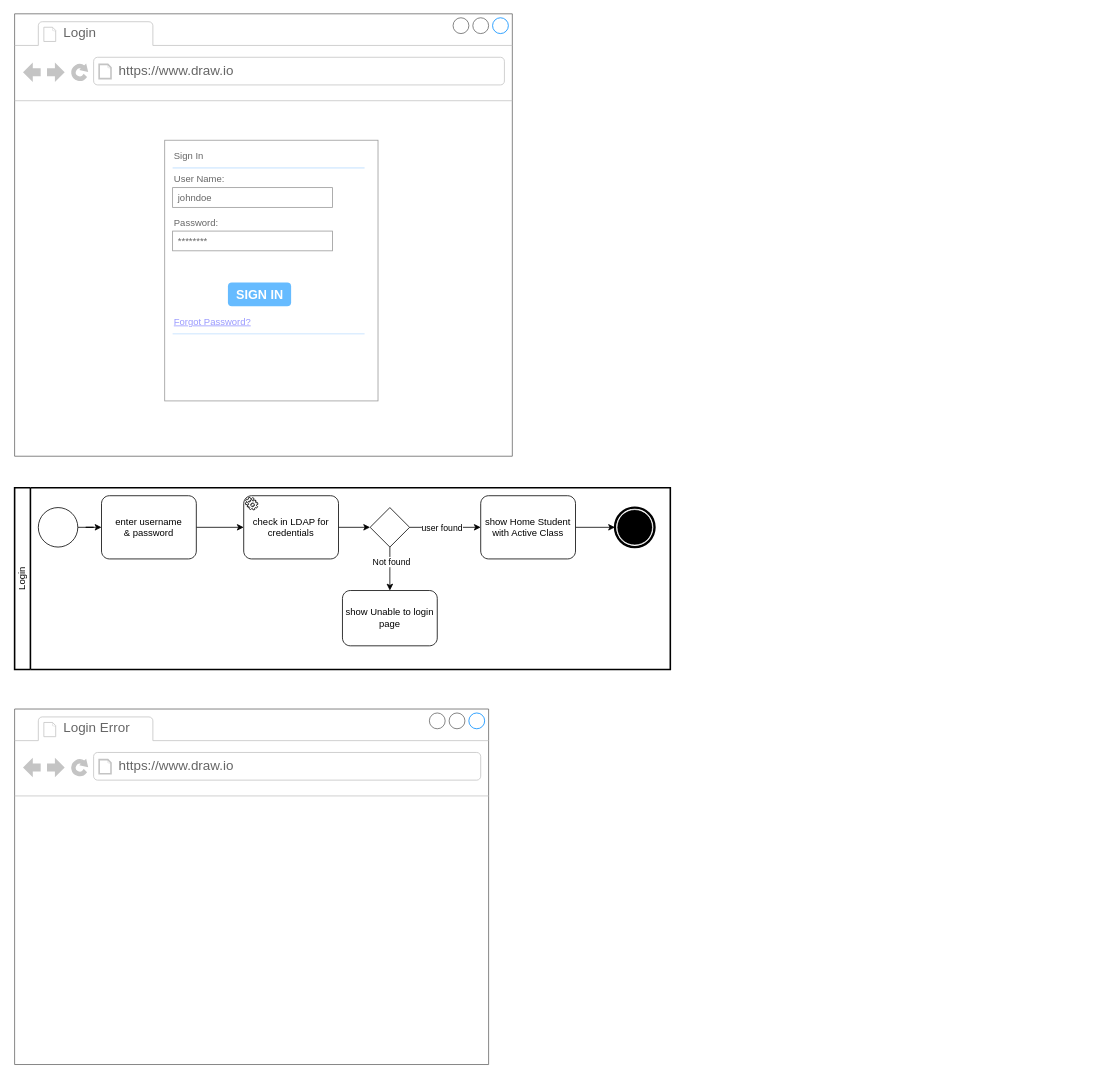
This is page "Wire frames" (5 of 10) of project-diagrams.drawio from aleon1220/multi-cloud-WebApp-Attendance, a draw.io file, before an edit. Source tidied: cells renumbered, new cells numbered last; positions are measured from the earlier drawing's top-left corner, leaving out a move shared by most shapes. Both pictures are drawn from the tidied source at 79%, with x=0, y=0 at pixel (14, 13).
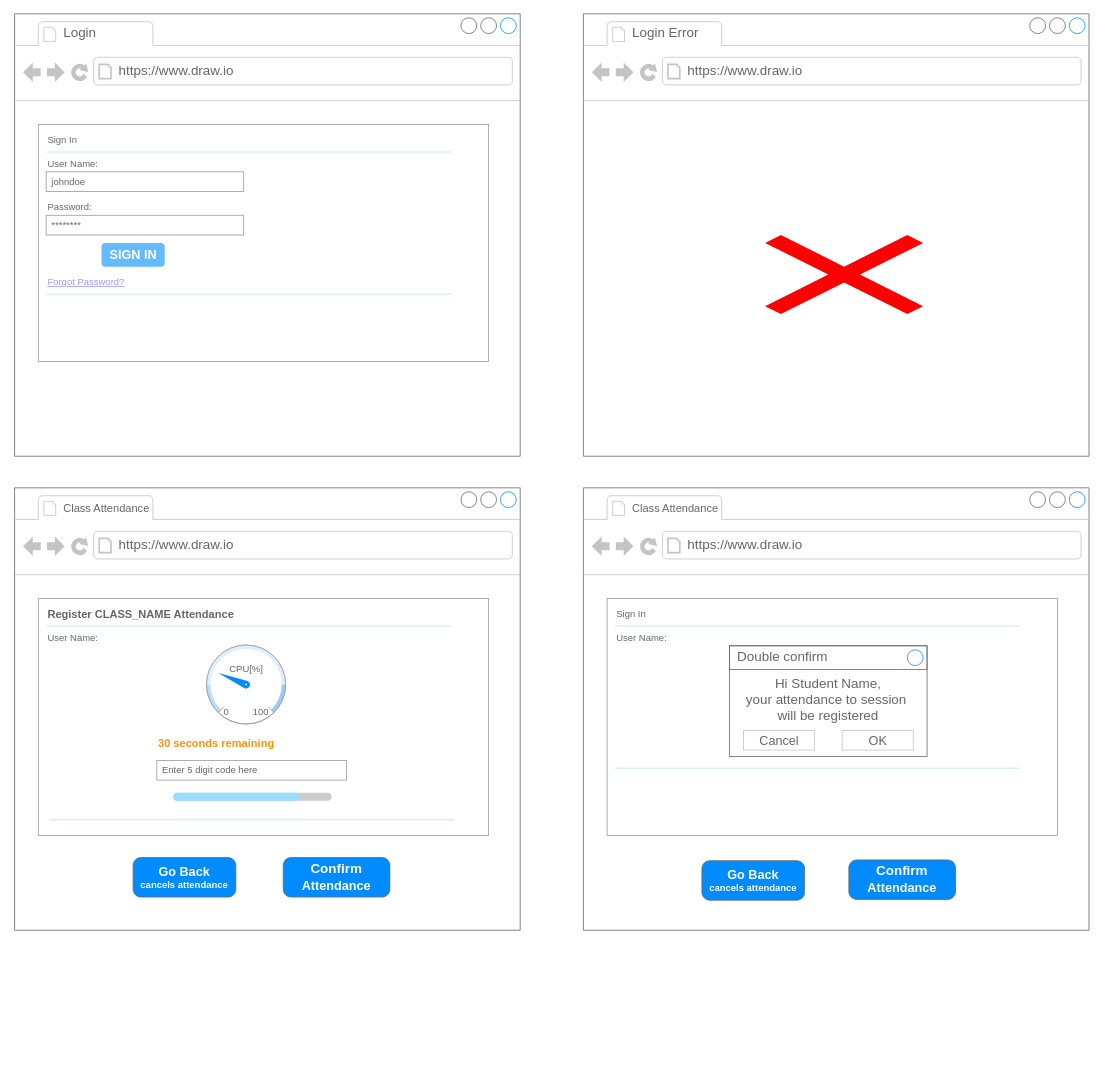
After the change.

The edit, as a diff of the source:
```diff
@@
     <mxCell id="2" style="strokeWidth=1;shadow=0;dashed=0;align=center;html=1;shape=mxgraph.mockup.containers.browserWindow;rSize=0;strokeColor=#666666;strokeColor2=#008cff;strokeColor3=#c4c4c4;mainText=,;" parent="1" vertex="1">
-      <mxGeometry width="630" height="560" as="geometry" />
+      <mxGeometry width="640" height="560" as="geometry" />
     </mxCell>
@@
     <mxCell id="5" style="strokeWidth=1;shadow=0;dashed=0;align=center;html=1;shape=mxgraph.mockup.forms.rrect;rSize=0;strokeColor=#999999;fillColor=#ffffff;" parent="2" vertex="1">
-      <mxGeometry x="190" y="160" width="270" height="330" as="geometry" />
+      <mxGeometry x="30" y="140" width="570" height="300" as="geometry" />
     </mxCell>
     <mxCell id="6" value="Sign In" style="strokeWidth=1;shadow=0;dashed=0;align=center;html=1;shape=mxgraph.mockup.forms.anchor;fontSize=12;fontColor=#666666;align=left;spacingLeft=0;" parent="5" vertex="1">
-      <mxGeometry width="135" height="20" relative="1" as="geometry">
+      <mxGeometry width="285" height="20" relative="1" as="geometry">
         <mxPoint x="10" y="10" as="offset" />
       </mxGeometry>
     </mxCell>
     <mxCell id="7" style="shape=line;strokeColor=#ddeeff;strokeWidth=2;html=1;" parent="5" vertex="1">
-      <mxGeometry width="243" height="10" relative="1" as="geometry">
+      <mxGeometry width="513" height="10" relative="1" as="geometry">
         <mxPoint x="10" y="30" as="offset" />
       </mxGeometry>
     </mxCell>
     <mxCell id="8" value="User Name:" style="strokeWidth=1;shadow=0;dashed=0;align=center;html=1;shape=mxgraph.mockup.forms.anchor;fontSize=12;fontColor=#666666;align=left;spacingLeft=0;" parent="5" vertex="1">
-      <mxGeometry width="135" height="20" relative="1" as="geometry">
+      <mxGeometry width="285" height="20" relative="1" as="geometry">
         <mxPoint x="10" y="40" as="offset" />
       </mxGeometry>
     </mxCell>
     <mxCell id="9" value="johndoe" style="strokeWidth=1;shadow=0;dashed=0;align=center;html=1;shape=mxgraph.mockup.forms.rrect;rSize=0;strokeColor=#999999;fontColor=#666666;align=left;spacingLeft=5;" parent="5" vertex="1">
-      <mxGeometry width="202.5" height="25" relative="1" as="geometry">
+      <mxGeometry width="250" height="25" relative="1" as="geometry">
         <mxPoint x="10" y="60" as="offset" />
       </mxGeometry>
     </mxCell>
     <mxCell id="10" value="Password:" style="strokeWidth=1;shadow=0;dashed=0;align=center;html=1;shape=mxgraph.mockup.forms.anchor;fontSize=12;fontColor=#666666;align=left;spacingLeft=0;" parent="5" vertex="1">
-      <mxGeometry width="135" height="20" relative="1" as="geometry">
+      <mxGeometry width="285" height="20" relative="1" as="geometry">
         <mxPoint x="10" y="95" as="offset" />
       </mxGeometry>
     </mxCell>
     <mxCell id="11" value="********" style="strokeWidth=1;shadow=0;dashed=0;align=center;html=1;shape=mxgraph.mockup.forms.rrect;rSize=0;strokeColor=#999999;fontColor=#666666;align=left;spacingLeft=5;" parent="5" vertex="1">
-      <mxGeometry width="202.5" height="25" relative="1" as="geometry">
+      <mxGeometry width="250" height="25" relative="1" as="geometry">
         <mxPoint x="10" y="115" as="offset" />
       </mxGeometry>
     </mxCell>
@@
     <mxCell id="13" value="Forgot Password?" style="strokeWidth=1;shadow=0;dashed=0;align=center;html=1;shape=mxgraph.mockup.forms.anchor;fontSize=12;fontColor=#9999ff;align=left;spacingLeft=0;fontStyle=4;" parent="5" vertex="1">
-      <mxGeometry y="1" width="202.5" height="20" relative="1" as="geometry">
+      <mxGeometry y="1" width="427.5" height="20" relative="1" as="geometry">
         <mxPoint x="10" y="-110" as="offset" />
       </mxGeometry>
     </mxCell>
     <mxCell id="14" style="shape=line;strokeColor=#ddeeff;strokeWidth=2;html=1;" parent="5" vertex="1">
-      <mxGeometry y="1" width="243" height="10" relative="1" as="geometry">
+      <mxGeometry y="1" width="513" height="10" relative="1" as="geometry">
         <mxPoint x="10" y="-90" as="offset" />
       </mxGeometry>
     </mxCell>
-    <mxCell id="15" value="Login" style="swimlane;html=1;startSize=20;fontStyle=0;horizontal=0;swimlaneLine=1;swimlaneFillColor=#ffffff;strokeWidth=2;whiteSpace=wrap;" parent="1" vertex="1">
-      <mxGeometry y="600" width="830" height="230" as="geometry" />
-    </mxCell>
-    <mxCell id="16" style="edgeStyle=orthogonalEdgeStyle;rounded=0;jettySize=auto;html=1;" parent="15" edge="1" source="17" target="22">
-      <mxGeometry relative="1" as="geometry" />
-    </mxCell>
-    <mxCell id="17" style="points=[[0.145,0.145,0],[0.5,0,0],[0.855,0.145,0],[1,0.5,0],[0.855,0.855,0],[0.5,1,0],[0.145,0.855,0],[0,0.5,0]];shape=mxgraph.bpmn.event;html=1;verticalLabelPosition=bottom;labelBackgroundColor=#ffffff;verticalAlign=top;align=center;perimeter=ellipsePerimeter;outlineConnect=0;outline=standard;symbol=general;" parent="15" vertex="1">
-      <mxGeometry x="30" y="25" width="50" height="50" as="geometry" />
-    </mxCell>
-    <mxCell id="18" style="points=[[0.145,0.145,0],[0.5,0,0],[0.855,0.145,0],[1,0.5,0],[0.855,0.855,0],[0.5,1,0],[0.145,0.855,0],[0,0.5,0]];shape=mxgraph.bpmn.event;html=1;verticalLabelPosition=bottom;labelBackgroundColor=#ffffff;verticalAlign=top;align=center;perimeter=ellipsePerimeter;outlineConnect=0;outline=end;symbol=terminate;" parent="15" vertex="1">
-      <mxGeometry x="760" y="25" width="50" height="50" as="geometry" />
-    </mxCell>
-    <mxCell id="19" style="edgeStyle=orthogonalEdgeStyle;rounded=0;jettySize=auto;html=1;entryX=0;entryY=0.5;entryDx=0;entryDy=0;entryPerimeter=0;" parent="15" edge="1" source="20" target="27">
-      <mxGeometry relative="1" as="geometry" />
-    </mxCell>
-    <mxCell id="20" value="check in LDAP for credentials" style="points=[[0.25,0,0],[0.5,0,0],[0.75,0,0],[1,0.25,0],[1,0.5,0],[1,0.75,0],[0.75,1,0],[0.5,1,0],[0.25,1,0],[0,0.75,0],[0,0.5,0],[0,0.25,0]];shape=mxgraph.bpmn.task;whiteSpace=wrap;rectStyle=rounded;size=10;html=1;taskMarker=service;" parent="15" vertex="1">
-      <mxGeometry x="290" y="10" width="120" height="80" as="geometry" />
-    </mxCell>
-    <mxCell id="21" style="edgeStyle=orthogonalEdgeStyle;rounded=0;jettySize=auto;html=1;" parent="15" edge="1" source="22" target="20">
-      <mxGeometry relative="1" as="geometry" />
-    </mxCell>
-    <mxCell id="22" value="enter username&lt;br&gt;&amp;amp; password" style="points=[[0.25,0,0],[0.5,0,0],[0.75,0,0],[1,0.25,0],[1,0.5,0],[1,0.75,0],[0.75,1,0],[0.5,1,0],[0.25,1,0],[0,0.75,0],[0,0.5,0],[0,0.25,0]];shape=mxgraph.bpmn.task;whiteSpace=wrap;rectStyle=rounded;size=10;html=1;taskMarker=abstract;" parent="15" vertex="1">
-      <mxGeometry x="110" y="10" width="120" height="80" as="geometry" />
-    </mxCell>
-    <mxCell id="23" style="edgeStyle=orthogonalEdgeStyle;rounded=0;jettySize=auto;html=1;exitX=1;exitY=0.5;exitDx=0;exitDy=0;exitPerimeter=0;entryX=0;entryY=0.5;entryDx=0;entryDy=0;entryPerimeter=0;" parent="15" edge="1" source="27" target="29">
-      <mxGeometry relative="1" as="geometry" />
-    </mxCell>
-    <mxCell id="24" value="user found" style="edgeLabel;html=1;align=center;verticalAlign=middle;" parent="23" vertex="1">
-      <mxGeometry x="0.04" relative="1" as="geometry">
-        <mxPoint x="-7" as="offset" />
-      </mxGeometry>
-    </mxCell>
-    <mxCell id="25" style="edgeStyle=orthogonalEdgeStyle;rounded=0;jettySize=auto;html=1;" parent="15" edge="1" source="27">
-      <mxGeometry relative="1" as="geometry">
-        <mxPoint x="475" y="130" as="targetPoint" />
-      </mxGeometry>
-    </mxCell>
-    <mxCell id="26" value="Not found" style="edgeLabel;html=1;align=center;verticalAlign=middle;" parent="25" vertex="1">
-      <mxGeometry x="-0.35" y="1" relative="1" as="geometry" />
-    </mxCell>
-    <mxCell id="27" style="points=[[0.25,0.25,0],[0.5,0,0],[0.75,0.25,0],[1,0.5,0],[0.75,0.75,0],[0.5,1,0],[0.25,0.75,0],[0,0.5,0]];shape=mxgraph.bpmn.gateway2;html=1;verticalLabelPosition=bottom;labelBackgroundColor=#ffffff;verticalAlign=top;align=center;perimeter=rhombusPerimeter;outlineConnect=0;outline=none;symbol=none;" parent="15" vertex="1">
-      <mxGeometry x="450" y="25" width="50" height="50" as="geometry" />
-    </mxCell>
-    <mxCell id="28" style="edgeStyle=orthogonalEdgeStyle;rounded=0;jettySize=auto;html=1;entryX=0;entryY=0.5;entryDx=0;entryDy=0;entryPerimeter=0;" parent="15" edge="1" source="29" target="18">
-      <mxGeometry relative="1" as="geometry" />
-    </mxCell>
-    <mxCell id="29" value="show Home Student&lt;br&gt;with Active Class" style="points=[[0.25,0,0],[0.5,0,0],[0.75,0,0],[1,0.25,0],[1,0.5,0],[1,0.75,0],[0.75,1,0],[0.5,1,0],[0.25,1,0],[0,0.75,0],[0,0.5,0],[0,0.25,0]];shape=mxgraph.bpmn.task;whiteSpace=wrap;rectStyle=rounded;size=10;html=1;taskMarker=abstract;" parent="15" vertex="1">
-      <mxGeometry x="590" y="10" width="120" height="80" as="geometry" />
-    </mxCell>
-    <mxCell id="30" value="show Unable to login&lt;br&gt;page" style="shape=mxgraph.bpmn.task;whiteSpace=wrap;rectStyle=rounded;size=10;html=1;taskMarker=abstract;" parent="15" vertex="1">
-      <mxGeometry x="415" y="130" width="120" height="70" as="geometry" />
-    </mxCell>
     <mxCell id="31" style="strokeWidth=1;shadow=0;dashed=0;align=center;html=1;shape=mxgraph.mockup.containers.browserWindow;rSize=0;strokeColor=#666666;strokeColor2=#008cff;strokeColor3=#c4c4c4;mainText=,;" parent="1" vertex="1">
-      <mxGeometry y="880" width="600" height="450" as="geometry" />
+      <mxGeometry x="720" width="640" height="560" as="geometry" />
     </mxCell>
@@
+    <mxCell id="34" style="shape=mxgraph.mockup.markup.redX;fillColor=#ff0000;html=1;shadow=0;whiteSpace=wrap;strokeColor=none;" parent="31" vertex="1">
+      <mxGeometry x="230" y="280" width="200" height="100" as="geometry" />
+    </mxCell>
+    <mxCell id="35" style="strokeWidth=1;shadow=0;dashed=0;align=center;html=1;shape=mxgraph.mockup.containers.browserWindow;rSize=0;strokeColor=#666666;strokeColor2=#008cff;strokeColor3=#c4c4c4;mainText=,;" parent="1" vertex="1">
+      <mxGeometry y="600" width="640" height="560" as="geometry" />
+    </mxCell>
+    <mxCell id="36" value="Class Attendance" style="strokeWidth=1;shadow=0;dashed=0;align=center;html=1;shape=mxgraph.mockup.containers.anchor;fontSize=14;fontColor=#666666;align=left;whiteSpace=wrap;" parent="35" vertex="1">
+      <mxGeometry x="60" y="12" width="140" height="28" as="geometry" />
+    </mxCell>
+    <mxCell id="37" value="https://www.draw.io" style="strokeWidth=1;shadow=0;dashed=0;align=center;html=1;shape=mxgraph.mockup.containers.anchor;rSize=0;fontSize=17;fontColor=#666666;align=left;" parent="35" vertex="1">
+      <mxGeometry x="130" y="60" width="250" height="26" as="geometry" />
+    </mxCell>
+    <mxCell id="38" style="strokeWidth=1;shadow=0;dashed=0;align=center;html=1;shape=mxgraph.mockup.forms.rrect;rSize=0;strokeColor=#999999;fillColor=#ffffff;" parent="35" vertex="1">
+      <mxGeometry x="30" y="140" width="570" height="300" as="geometry" />
+    </mxCell>
+    <mxCell id="39" value="Register CLASS_NAME Attendance" style="strokeWidth=1;shadow=0;dashed=0;align=center;html=1;shape=mxgraph.mockup.forms.anchor;fontSize=14;fontColor=#666666;align=left;spacingLeft=0;fontStyle=1;" parent="38" vertex="1">
+      <mxGeometry width="285" height="20" relative="1" as="geometry">
+        <mxPoint x="10" y="10" as="offset" />
+      </mxGeometry>
+    </mxCell>
+    <mxCell id="40" style="shape=line;strokeColor=#ddeeff;strokeWidth=2;html=1;" parent="38" vertex="1">
+      <mxGeometry width="513" height="10" relative="1" as="geometry">
+        <mxPoint x="10" y="30" as="offset" />
+      </mxGeometry>
+    </mxCell>
+    <mxCell id="41" value="User Name:" style="strokeWidth=1;shadow=0;dashed=0;align=center;html=1;shape=mxgraph.mockup.forms.anchor;fontSize=12;fontColor=#666666;align=left;spacingLeft=0;" parent="38" vertex="1">
+      <mxGeometry width="285" height="20" relative="1" as="geometry">
+        <mxPoint x="10" y="40" as="offset" />
+      </mxGeometry>
+    </mxCell>
+    <mxCell id="42" style="shape=line;strokeColor=#ddeeff;strokeWidth=2;html=1;" parent="38" vertex="1">
+      <mxGeometry y="1" width="513" height="10" relative="1" as="geometry">
+        <mxPoint x="14" y="-25" as="offset" />
+      </mxGeometry>
+    </mxCell>
+    <mxCell id="43" style="verticalLabelPosition=bottom;shadow=0;dashed=0;align=center;html=1;verticalAlign=top;strokeWidth=1;shape=mxgraph.mockup.misc.progressBar;fillColor=#cccccc;strokeColor=none;fillColor2=#99ddff;barPos=80;" parent="38" vertex="1">
+      <mxGeometry x="171" y="241" width="200" height="20" as="geometry" />
+    </mxCell>
+    <mxCell id="44" style="verticalLabelPosition=bottom;shadow=0;dashed=0;align=center;html=1;verticalAlign=top;strokeWidth=1;shape=mxgraph.mockup.graphics.gauge;fillColor=#ffffff;strokeColor=#999999;gaugePos=25;scaleColors=#bbddff,#ddeeff,#99ccff;gaugeLabels=,,;needleColor=#008cff;" parent="38" vertex="1">
+      <mxGeometry x="213" y="59" width="100" height="100" as="geometry" />
+    </mxCell>
+    <mxCell id="45" value="CPU[%]" style="strokeWidth=1;shadow=0;dashed=0;align=center;html=1;shape=mxgraph.mockup.graphics.anchor;fontColor=#666666;" parent="44" vertex="1">
+      <mxGeometry x="25" y="20" width="50" height="20" as="geometry" />
+    </mxCell>
+    <mxCell id="46" value="0" style="strokeWidth=1;shadow=0;dashed=0;align=center;html=1;shape=mxgraph.mockup.graphics.anchor;align=left;fontColor=#666666;" parent="44" vertex="1">
+      <mxGeometry x="20" y="75" width="50" height="20" as="geometry" />
+    </mxCell>
+    <mxCell id="47" value="100" style="strokeWidth=1;shadow=0;dashed=0;align=center;html=1;shape=mxgraph.mockup.graphics.anchor;align=right;fontColor=#666666;" parent="44" vertex="1">
+      <mxGeometry x="30" y="75" width="50" height="20" as="geometry" />
+    </mxCell>
+    <mxCell id="48" value="&lt;font&gt;30 seconds remaining&lt;/font&gt;" style="strokeWidth=1;shadow=0;dashed=0;align=center;html=1;shape=mxgraph.mockup.forms.anchor;fontSize=14;fontColor=#FC930A;align=left;spacingLeft=0;fontStyle=1;" parent="38" vertex="1">
+      <mxGeometry x="150" y="174" width="253" height="20" as="geometry" />
+    </mxCell>
+    <mxCell id="49" value="Enter 5 digit code here" style="strokeWidth=1;shadow=0;dashed=0;align=center;html=1;shape=mxgraph.mockup.forms.rrect;rSize=0;strokeColor=#999999;fontColor=#666666;align=left;spacingLeft=5;" parent="38" vertex="1">
+      <mxGeometry x="150" y="205" width="240" height="25" as="geometry" />
+    </mxCell>
+    <mxCell id="50" value="Confirm&lt;br style=&quot;border-color: var(--border-color); font-size: 16px;&quot;&gt;&lt;span style=&quot;font-size: 16px;&quot;&gt;Attendance&lt;/span&gt;" style="strokeWidth=1;shadow=0;dashed=0;align=center;html=1;shape=mxgraph.mockup.buttons.button;strokeColor=#666666;fontColor=#ffffff;mainText=;buttonStyle=round;fontSize=17;fontStyle=1;fillColor=#008cff;whiteSpace=wrap;" parent="35" vertex="1">
+      <mxGeometry x="340" y="468" width="135" height="50" as="geometry" />
+    </mxCell>
+    <mxCell id="51" style="strokeWidth=1;shadow=0;dashed=0;align=center;html=1;shape=mxgraph.mockup.buttons.multiButton;fillColor=#008cff;strokeColor=#666666;mainText=;subText=;" parent="35" vertex="1">
+      <mxGeometry x="150" y="468" width="130" height="50" as="geometry" />
+    </mxCell>
+    <mxCell id="52" value="Go Back" style="strokeWidth=1;shadow=0;dashed=0;align=center;html=1;shape=mxgraph.mockup.anchor;fontSize=16;fontColor=#ffffff;fontStyle=1;whiteSpace=wrap;" parent="51" vertex="1">
+      <mxGeometry y="8" width="130" height="20" as="geometry" />
+    </mxCell>
+    <mxCell id="53" value="cancels attendance" style="strokeWidth=1;shadow=0;dashed=0;align=center;html=1;shape=mxgraph.mockup.anchor;fontSize=12;fontColor=#ffffff;fontStyle=1;whiteSpace=wrap;" parent="51" vertex="1">
+      <mxGeometry y="30" width="130" height="10" as="geometry" />
+    </mxCell>
+    <mxCell id="54" style="strokeWidth=1;shadow=0;dashed=0;align=center;html=1;shape=mxgraph.mockup.containers.browserWindow;rSize=0;strokeColor=#666666;strokeColor2=#008cff;strokeColor3=#c4c4c4;mainText=,;" parent="1" vertex="1">
+      <mxGeometry x="720" y="600" width="640" height="560" as="geometry" />
+    </mxCell>
+    <mxCell id="55" value="Class Attendance" style="strokeWidth=1;shadow=0;dashed=0;align=center;html=1;shape=mxgraph.mockup.containers.anchor;fontSize=14;fontColor=#666666;align=left;whiteSpace=wrap;" parent="54" vertex="1">
+      <mxGeometry x="60" y="12" width="140" height="28" as="geometry" />
+    </mxCell>
+    <mxCell id="56" value="https://www.draw.io" style="strokeWidth=1;shadow=0;dashed=0;align=center;html=1;shape=mxgraph.mockup.containers.anchor;rSize=0;fontSize=17;fontColor=#666666;align=left;" parent="54" vertex="1">
+      <mxGeometry x="130" y="60" width="250" height="26" as="geometry" />
+    </mxCell>
+    <mxCell id="57" style="strokeWidth=1;shadow=0;dashed=0;align=center;html=1;shape=mxgraph.mockup.forms.rrect;rSize=0;strokeColor=#999999;fillColor=#ffffff;" parent="54" vertex="1">
+      <mxGeometry x="30" y="140" width="570" height="300" as="geometry" />
+    </mxCell>
+    <mxCell id="58" value="Sign In" style="strokeWidth=1;shadow=0;dashed=0;align=center;html=1;shape=mxgraph.mockup.forms.anchor;fontSize=12;fontColor=#666666;align=left;spacingLeft=0;" parent="57" vertex="1">
+      <mxGeometry width="285" height="20" relative="1" as="geometry">
+        <mxPoint x="10" y="10" as="offset" />
+      </mxGeometry>
+    </mxCell>
+    <mxCell id="59" style="shape=line;strokeColor=#ddeeff;strokeWidth=2;html=1;" parent="57" vertex="1">
+      <mxGeometry width="513" height="10" relative="1" as="geometry">
+        <mxPoint x="10" y="30" as="offset" />
+      </mxGeometry>
+    </mxCell>
+    <mxCell id="60" value="User Name:" style="strokeWidth=1;shadow=0;dashed=0;align=center;html=1;shape=mxgraph.mockup.forms.anchor;fontSize=12;fontColor=#666666;align=left;spacingLeft=0;" parent="57" vertex="1">
+      <mxGeometry width="285" height="20" relative="1" as="geometry">
+        <mxPoint x="10" y="40" as="offset" />
+      </mxGeometry>
+    </mxCell>
+    <mxCell id="61" style="shape=line;strokeColor=#ddeeff;strokeWidth=2;html=1;" parent="57" vertex="1">
+      <mxGeometry y="1" width="513" height="10" relative="1" as="geometry">
+        <mxPoint x="10" y="-90" as="offset" />
+      </mxGeometry>
+    </mxCell>
+    <mxCell id="62" value="Hi Student Name,&lt;br&gt;your attendance to session&amp;nbsp;&lt;br&gt;will be registered" style="strokeWidth=1;shadow=0;dashed=0;align=center;html=1;shape=mxgraph.mockup.containers.rrect;rSize=0;strokeColor=#666666;fontColor=#666666;fontSize=17;verticalAlign=top;whiteSpace=wrap;fillColor=#ffffff;spacingTop=32;" parent="57" vertex="1">
+      <mxGeometry x="155" y="60" width="250" height="140" as="geometry" />
+    </mxCell>
+    <mxCell id="63" value="Double confirm" style="strokeWidth=1;shadow=0;dashed=0;align=center;html=1;shape=mxgraph.mockup.containers.rrect;rSize=0;fontSize=17;fontColor=#666666;strokeColor=#666666;align=left;spacingLeft=8;fillColor=none;whiteSpace=wrap;" parent="62" vertex="1">
+      <mxGeometry width="250" height="30" relative="1" as="geometry" />
+    </mxCell>
+    <mxCell id="64" style="shape=ellipse;strokeColor=#008cff;fillColor=none;html=1;" parent="63" vertex="1">
+      <mxGeometry x="1" y="0.5" width="20" height="20" relative="1" as="geometry">
+        <mxPoint x="-25" y="-10" as="offset" />
+      </mxGeometry>
+    </mxCell>
+    <mxCell id="65" value="Cancel" style="strokeWidth=1;shadow=0;dashed=0;align=center;html=1;shape=mxgraph.mockup.containers.rrect;rSize=0;fontSize=16;fontColor=#666666;strokeColor=#c4c4c4;whiteSpace=wrap;fillColor=none;" parent="62" vertex="1">
+      <mxGeometry x="0.25" y="1" width="90" height="25" relative="1" as="geometry">
+        <mxPoint x="-45" y="-33" as="offset" />
+      </mxGeometry>
+    </mxCell>
+    <mxCell id="66" value="OK" style="strokeWidth=1;shadow=0;dashed=0;align=center;html=1;shape=mxgraph.mockup.containers.rrect;rSize=0;fontSize=16;fontColor=#666666;strokeColor=#c4c4c4;whiteSpace=wrap;fillColor=none;" parent="62" vertex="1">
+      <mxGeometry x="0.75" y="1" width="90" height="25" relative="1" as="geometry">
+        <mxPoint x="-45" y="-33" as="offset" />
+      </mxGeometry>
+    </mxCell>
+    <mxCell id="67" style="strokeWidth=1;shadow=0;dashed=0;align=center;html=1;shape=mxgraph.mockup.buttons.multiButton;fillColor=#008cff;strokeColor=#666666;mainText=;subText=;" parent="54" vertex="1">
+      <mxGeometry x="150" y="472" width="130" height="50" as="geometry" />
+    </mxCell>
+    <mxCell id="68" value="Go Back" style="strokeWidth=1;shadow=0;dashed=0;align=center;html=1;shape=mxgraph.mockup.anchor;fontSize=16;fontColor=#ffffff;fontStyle=1;whiteSpace=wrap;" parent="67" vertex="1">
+      <mxGeometry y="8" width="130" height="20" as="geometry" />
+    </mxCell>
+    <mxCell id="69" value="cancels attendance" style="strokeWidth=1;shadow=0;dashed=0;align=center;html=1;shape=mxgraph.mockup.anchor;fontSize=12;fontColor=#ffffff;fontStyle=1;whiteSpace=wrap;" parent="67" vertex="1">
+      <mxGeometry y="30" width="130" height="10" as="geometry" />
+    </mxCell>
+    <mxCell id="70" value="Confirm&lt;br style=&quot;border-color: var(--border-color); font-size: 16px;&quot;&gt;&lt;span style=&quot;font-size: 16px;&quot;&gt;Attendance&lt;/span&gt;" style="strokeWidth=1;shadow=0;dashed=0;align=center;html=1;shape=mxgraph.mockup.buttons.button;strokeColor=#666666;fontColor=#ffffff;mainText=;buttonStyle=round;fontSize=17;fontStyle=1;fillColor=#008cff;whiteSpace=wrap;" parent="54" vertex="1">
+      <mxGeometry x="336" y="471" width="135" height="50" as="geometry" />
+    </mxCell>
```
